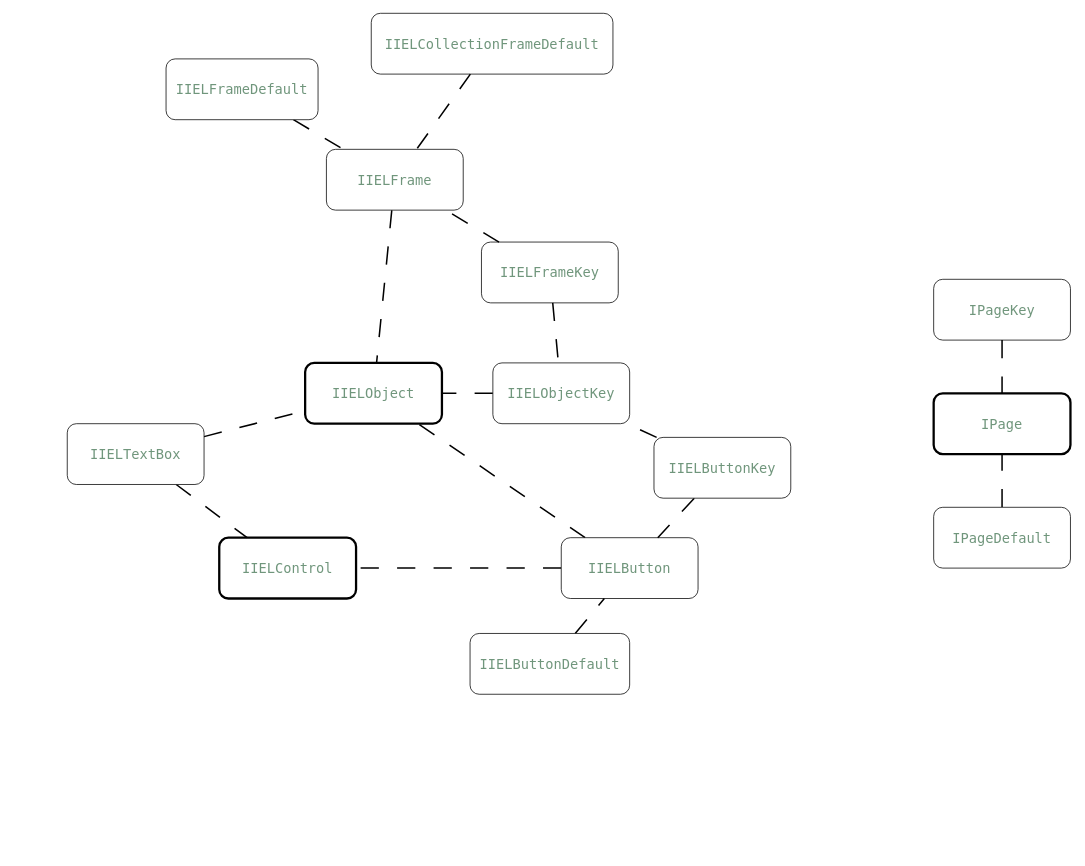
Lisyaka46/IEL keeps this draw.io diagram as page "FRONT Диаграмма" (2 of 2) of IEL.drawio. Above is the earlier version. Source tidied: cells renumbered, new cells numbered last; positions are measured from the earlier drawing's top-left corner, leaving out a move shared by most shapes. Both pictures are drawn from the tidied source at 76%, with x=0, y=0 at pixel (67, 13).
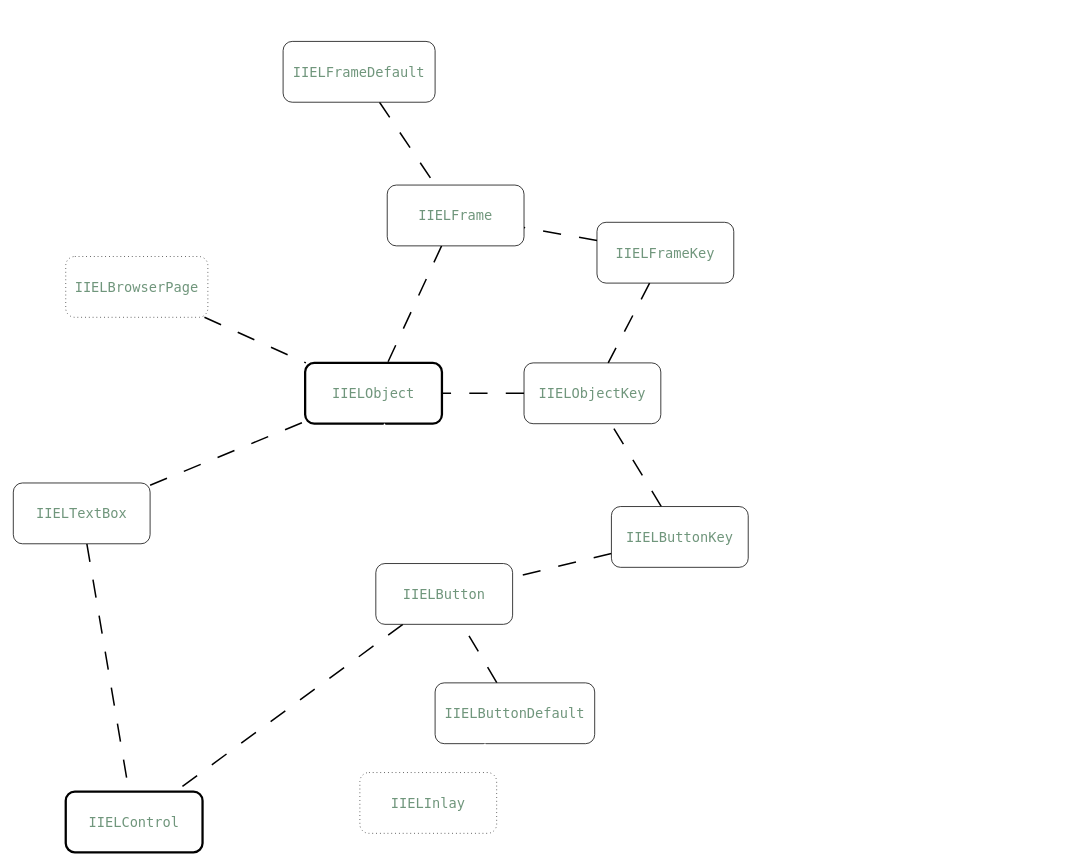
The same page after the edit.

Unchanged cells that the change refers to:
```xml
<mxCell id="2" value="IIELObject" style="rounded=1;whiteSpace=wrap;fontSize=18;fontColor=#70967C;fontFamily=Lucida Console;strokeWidth=3;" parent="1" vertex="1">
  <mxGeometry x="313" y="460" width="180" height="80" as="geometry" />
</mxCell>
```

The edit, as a diff of the source:
```diff
@@
-    <mxCell id="3" style="rounded=1;jettySize=auto;html=1;strokeWidth=2;dashed=1;dashPattern=12 12;endArrow=none;endFill=0;flowAnimation=1;" parent="1" edge="1" source="5" target="2">
+    <mxCell id="3" style="rounded=0;jettySize=auto;html=1;strokeWidth=2;dashed=1;endArrow=none;endFill=0;flowAnimation=1;strokeColor=#FFFFFF;dashPattern=12 12;" parent="1" edge="1" source="5" target="2">
       <mxGeometry relative="1" as="geometry" />
     </mxCell>
@@
     <mxCell id="5" value="IIELButton" style="rounded=1;whiteSpace=wrap;fontSize=18;fontColor=#70967C;fontFamily=Lucida Console;" parent="1" vertex="1">
-      <mxGeometry x="650" y="690" width="180" height="80" as="geometry" />
+      <mxGeometry x="406" y="724" width="180" height="80" as="geometry" />
     </mxCell>
@@
     <mxCell id="7" value="IIELButtonDefault" style="rounded=1;whiteSpace=wrap;fontSize=18;fontColor=#70967C;fontFamily=Lucida Console;" parent="1" vertex="1">
-      <mxGeometry x="530" y="816" width="210" height="80" as="geometry" />
+      <mxGeometry x="484" y="881" width="210" height="80" as="geometry" />
     </mxCell>
@@
-    <mxCell id="10" value="IIELButtonKey" style="rounded=1;whiteSpace=wrap;fontSize=18;fontColor=#70967C;fontFamily=Lucida Console;" parent="1" vertex="1">
-      <mxGeometry x="772" y="558" width="180" height="80" as="geometry" />
-    </mxCell>
-    <mxCell id="11" value="IPageKey" style="rounded=1;whiteSpace=wrap;fontSize=18;fontColor=#70967C;fontFamily=Lucida Console;" parent="1" vertex="1">
-      <mxGeometry x="1140" y="350" width="180" height="80" as="geometry" />
-    </mxCell>
-    <mxCell id="12" style="rounded=1;jettySize=auto;html=1;dashed=1;dashPattern=12 12;strokeWidth=2;endArrow=none;endFill=0;flowAnimation=1;" parent="1" edge="1" source="11" target="15">
-      <mxGeometry relative="1" as="geometry" />
-    </mxCell>
-    <mxCell id="13" style="rounded=1;jettySize=auto;html=1;strokeWidth=2;endArrow=none;endFill=0;dashed=1;dashPattern=12 12;flowAnimation=1;" parent="1" edge="1" source="14" target="15">
-      <mxGeometry relative="1" as="geometry" />
-    </mxCell>
-    <mxCell id="14" value="IPageDefault" style="rounded=1;whiteSpace=wrap;fontSize=18;fontColor=#70967C;fontFamily=Lucida Console;" parent="1" vertex="1">
-      <mxGeometry x="1140" y="650" width="180" height="80" as="geometry" />
-    </mxCell>
-    <mxCell id="15" value="IPage" style="rounded=1;whiteSpace=wrap;fontSize=18;fontColor=#70967C;fontFamily=Lucida Console;strokeWidth=3;" parent="1" vertex="1">
-      <mxGeometry x="1140" y="500" width="180" height="80" as="geometry" />
-    </mxCell>
@@
     <mxCell id="17" value="IIELFrame" style="rounded=1;whiteSpace=wrap;fontSize=18;fontColor=#70967C;fontFamily=Lucida Console;" parent="1" vertex="1">
-      <mxGeometry x="341" y="179" width="180" height="80" as="geometry" />
+      <mxGeometry x="421" y="226" width="180" height="80" as="geometry" />
     </mxCell>
@@
     <mxCell id="19" value="IIELObjectKey" style="rounded=1;whiteSpace=wrap;fontSize=18;fontColor=#70967C;fontFamily=Lucida Console;" parent="1" vertex="1">
-      <mxGeometry x="560" y="460" width="180" height="80" as="geometry" />
+      <mxGeometry x="601" y="460" width="180" height="80" as="geometry" />
     </mxCell>
@@
     <mxCell id="21" value="IIELFrameDefault" style="rounded=1;whiteSpace=wrap;fontSize=18;fontColor=#70967C;fontFamily=Lucida Console;" parent="1" vertex="1">
-      <mxGeometry x="130" y="60" width="200" height="80" as="geometry" />
+      <mxGeometry x="284" y="37" width="200" height="80" as="geometry" />
     </mxCell>
     <mxCell id="22" value="IIELFrameKey" style="rounded=1;whiteSpace=wrap;fontSize=18;fontColor=#70967C;fontFamily=Lucida Console;" parent="1" vertex="1">
-      <mxGeometry x="545" y="301" width="180" height="80" as="geometry" />
+      <mxGeometry x="697" y="275" width="180" height="80" as="geometry" />
     </mxCell>
@@
     <mxCell id="25" value="IIELControl" style="rounded=1;whiteSpace=wrap;fontSize=18;fontColor=#70967C;fontFamily=Lucida Console;strokeWidth=3;" parent="1" vertex="1">
-      <mxGeometry x="200" y="690" width="180" height="80" as="geometry" />
+      <mxGeometry x="-2" y="1024" width="180" height="80" as="geometry" />
     </mxCell>
@@
     <mxCell id="28" value="IIELTextBox" style="rounded=1;whiteSpace=wrap;fontSize=18;fontColor=#70967C;fontFamily=Lucida Console;" parent="1" vertex="1">
-      <mxGeometry y="540" width="180" height="80" as="geometry" />
+      <mxGeometry x="-71" y="618" width="180" height="80" as="geometry" />
     </mxCell>
-    <mxCell id="29" value="IIELCollectionFrameDefault" style="rounded=1;whiteSpace=wrap;fontSize=18;fontColor=#70967C;fontFamily=Lucida Console;" parent="1" vertex="1">
-      <mxGeometry x="400" width="318" height="80" as="geometry" />
+    <mxCell id="29" value="IIELBrowserPage" style="rounded=1;whiteSpace=wrap;fontSize=18;fontColor=#70967C;fontFamily=Lucida Console;dashed=1;dashPattern=1 4;" parent="1" vertex="1">
+      <mxGeometry x="-2" y="320" width="187" height="80" as="geometry" />
     </mxCell>
-    <mxCell id="30" style="edgeStyle=none;shape=connector;rounded=1;jettySize=auto;html=1;dashed=1;dashPattern=12 12;strokeColor=default;strokeWidth=2;align=center;verticalAlign=middle;fontFamily=Helvetica;fontSize=11;fontColor=default;labelBackgroundColor=default;endArrow=none;endFill=0;flowAnimation=1;" parent="1" edge="1" source="29" target="17">
+    <mxCell id="30" style="edgeStyle=none;shape=connector;rounded=1;jettySize=auto;html=1;dashed=1;dashPattern=12 12;strokeColor=default;strokeWidth=2;align=center;verticalAlign=middle;fontFamily=Helvetica;fontSize=11;fontColor=default;labelBackgroundColor=default;endArrow=none;endFill=0;flowAnimation=1;" parent="1" edge="1" source="29" target="2">
       <mxGeometry relative="1" as="geometry" />
     </mxCell>
+    <mxCell id="10" value="IIELButtonKey" style="rounded=1;whiteSpace=wrap;fontSize=18;fontColor=#70967C;fontFamily=Lucida Console;" parent="1" vertex="1">
+      <mxGeometry x="716" y="649" width="180" height="80" as="geometry" />
+    </mxCell>
+    <mxCell id="31" style="edgeStyle=none;shape=connector;rounded=0;jettySize=auto;html=1;dashed=1;dashPattern=12 12;strokeColor=#FFFFFF;strokeWidth=2;align=center;verticalAlign=middle;fontFamily=Lucida Console;fontSize=18;fontColor=#70967C;labelBackgroundColor=default;endArrow=none;endFill=0;flowAnimation=1;" parent="1" edge="1" source="32" target="7">
+      <mxGeometry relative="1" as="geometry" />
+    </mxCell>
+    <mxCell id="32" value="IIELInlay" style="rounded=1;whiteSpace=wrap;fontSize=18;fontColor=#70967C;fontFamily=Lucida Console;dashed=1;dashPattern=1 4;" parent="1" vertex="1">
+      <mxGeometry x="385" y="999" width="180" height="80" as="geometry" />
+    </mxCell>
```
